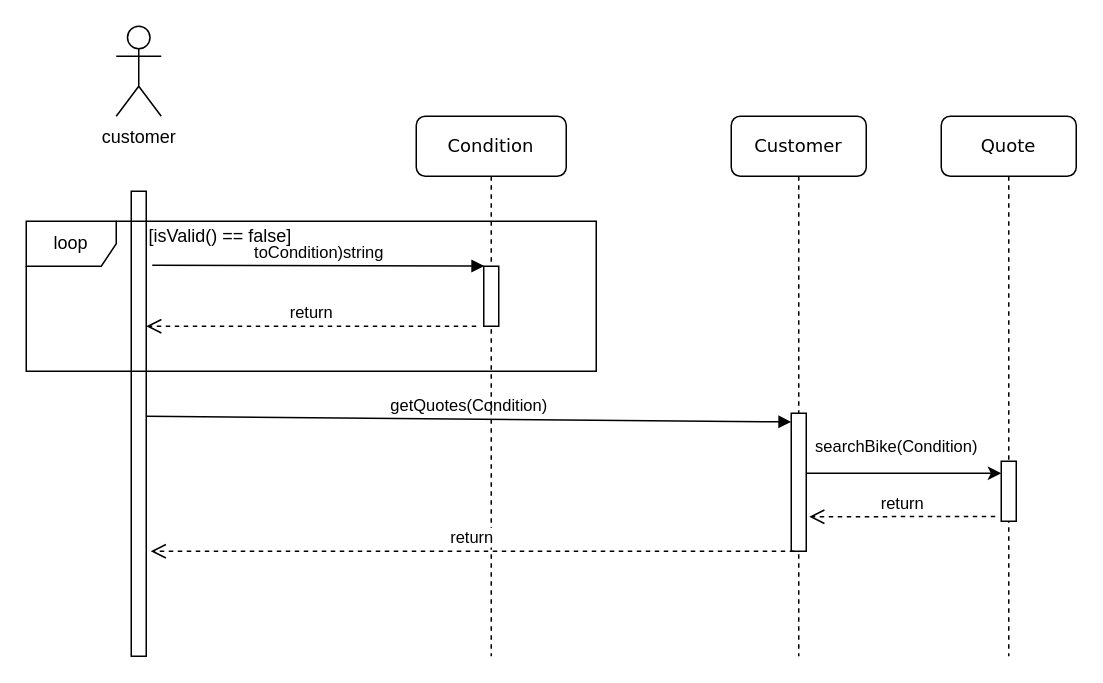
Above: page "Page-1" (1 of 3) of diagram/cw2_sequence_communication.drawio in SatoMichi/SE_CW_Bike_Rental_System (draw.io), before the change. Source tidied: cells renumbered, new cells numbered last; positions are measured from the earlier drawing's top-left corner, leaving out a move shared by most shapes. Both pictures are drawn from the tidied source at 150%, with x=0, y=0 at pixel (26, 26).
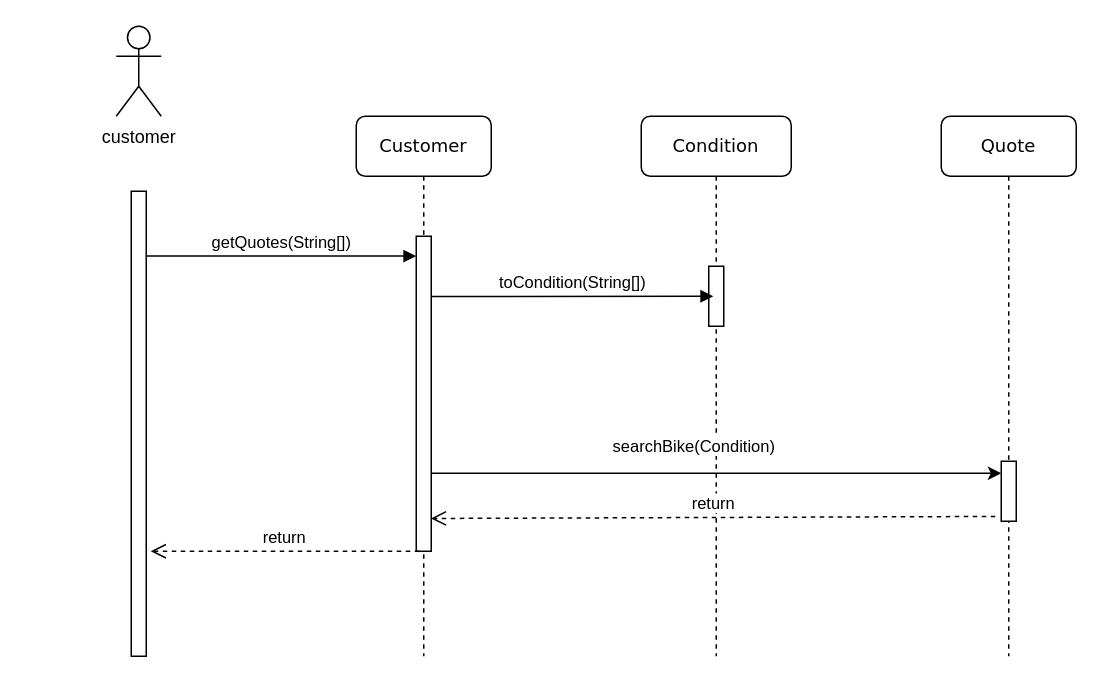
Above is the later version.

Unchanged cells that the change refers to:
```xml
<mxCell id="5" style="html=1;points=[];perimeter=orthogonalPerimeter;" parent="1" vertex="1">
  <mxGeometry x="70" y="110" width="10" height="310" as="geometry" />
</mxCell>
<mxCell id="9" style="html=1;points=[];perimeter=orthogonalPerimeter;rounded=0;shadow=0;comic=0;labelBackgroundColor=none;strokeColor=#000000;strokeWidth=1;fillColor=#FFFFFF;fontFamily=Verdana;fontSize=12;fontColor=#000000;align=center;" parent="8" vertex="1">
  <mxGeometry x="45" y="100" width="10" height="40" as="geometry" />
</mxCell>
<mxCell id="15" style="html=1;points=[];perimeter=orthogonalPerimeter;rounded=0;shadow=0;comic=0;labelBackgroundColor=none;strokeColor=#000000;strokeWidth=1;fillColor=#FFFFFF;fontFamily=Verdana;fontSize=12;fontColor=#000000;align=center;" parent="14" vertex="1">
  <mxGeometry x="40" y="230" width="10" height="40" as="geometry" />
</mxCell>
```

The edit, as a diff of the source:
```diff
@@
     <mxCell id="2" value="Customer" style="shape=umlLifeline;perimeter=lifelinePerimeter;whiteSpace=wrap;html=1;rounded=1;shadow=0;comic=0;labelBackgroundColor=none;strokeColor=#000000;strokeWidth=1;fillColor=#FFFFFF;fontFamily=Verdana;fontSize=12;fontColor=#000000;align=center;" parent="1" vertex="1">
-      <mxGeometry x="470" y="60" width="90" height="360" as="geometry" />
+      <mxGeometry x="220" y="60" width="90" height="360" as="geometry" />
     </mxCell>
     <mxCell id="3" style="html=1;points=[];perimeter=orthogonalPerimeter;rounded=0;shadow=0;comic=0;labelBackgroundColor=none;strokeColor=#000000;strokeWidth=1;fillColor=#FFFFFF;fontFamily=Verdana;fontSize=12;fontColor=#000000;align=center;" parent="2" vertex="1">
-      <mxGeometry x="40" y="198" width="10" height="92" as="geometry" />
+      <mxGeometry x="40" y="80" width="10" height="210" as="geometry" />
     </mxCell>
@@
-    <mxCell id="6" value="toCondition)string" style="html=1;verticalAlign=bottom;endArrow=block;entryX=0.033;entryY=-0.004;entryDx=0;entryDy=0;entryPerimeter=0;exitX=1.4;exitY=0.159;exitDx=0;exitDy=0;exitPerimeter=0;" parent="1" edge="1" source="5" target="9">
-      <mxGeometry relative="1" as="geometry" />
-    </mxCell>
-    <mxCell id="7" value="getQuotes(Condition)" style="html=1;verticalAlign=bottom;endArrow=block;entryX=0;entryY=0.063;entryDx=0;entryDy=0;entryPerimeter=0;" parent="1" edge="1" target="3">
-      <mxGeometry relative="1" as="geometry">
-        <mxPoint x="80" y="260" as="sourcePoint" />
-      </mxGeometry>
+    <mxCell id="7" value="getQuotes(String[])" style="html=1;verticalAlign=bottom;endArrow=block;entryX=0;entryY=0.063;entryDx=0;entryDy=0;entryPerimeter=0;" parent="1" edge="1" source="5" target="3">
+      <mxGeometry relative="1" as="geometry" />
     </mxCell>
     <mxCell id="8" value="Condition" style="shape=umlLifeline;perimeter=lifelinePerimeter;whiteSpace=wrap;html=1;rounded=1;shadow=0;comic=0;labelBackgroundColor=none;strokeColor=#000000;strokeWidth=1;fillColor=#FFFFFF;fontFamily=Verdana;fontSize=12;fontColor=#000000;align=center;" parent="1" vertex="1">
-      <mxGeometry x="260" y="60" width="100" height="360" as="geometry" />
+      <mxGeometry x="410" y="60" width="100" height="360" as="geometry" />
     </mxCell>
@@
-    <mxCell id="10" value="return" style="html=1;verticalAlign=bottom;endArrow=open;dashed=1;endSize=8;" parent="1" edge="1">
-      <mxGeometry relative="1" as="geometry">
-        <mxPoint x="300" y="200" as="sourcePoint" />
-        <mxPoint x="80" y="200" as="targetPoint" />
-      </mxGeometry>
-    </mxCell>
@@
-    <mxCell id="12" value="loop" style="shape=umlFrame;whiteSpace=wrap;html=1;" parent="1" vertex="1">
-      <mxGeometry y="130" width="380" height="100" as="geometry" />
-    </mxCell>
-    <mxCell id="13" value="[isValid() == false]" style="text;html=1;align=left;verticalAlign=top;spacingTop=-4;" parent="1" vertex="1">
-      <mxGeometry x="80" y="130" width="110" height="20" as="geometry" />
-    </mxCell>
@@
-    <mxCell id="17" value="return" style="html=1;verticalAlign=bottom;endArrow=open;dashed=1;endSize=8;exitX=-0.4;exitY=0.92;exitDx=0;exitDy=0;exitPerimeter=0;" parent="1" edge="1" source="15">
-      <mxGeometry relative="1" as="geometry">
-        <mxPoint x="522" y="327" as="targetPoint" />
-      </mxGeometry>
+    <mxCell id="17" value="return" style="html=1;verticalAlign=bottom;endArrow=open;dashed=1;endSize=8;exitX=-0.4;exitY=0.92;exitDx=0;exitDy=0;exitPerimeter=0;entryX=0.98;entryY=0.896;entryDx=0;entryDy=0;entryPerimeter=0;" parent="1" edge="1" source="15" target="3">
+      <mxGeometry relative="1" as="geometry" />
     </mxCell>
+    <mxCell id="18" value="toCondition(String[])" style="html=1;verticalAlign=bottom;endArrow=block;" parent="1" edge="1">
+      <mxGeometry relative="1" as="geometry">
+        <mxPoint x="270" y="180.2" as="sourcePoint" />
+        <mxPoint x="458" y="180" as="targetPoint" />
+      </mxGeometry>
+    </mxCell>
```
